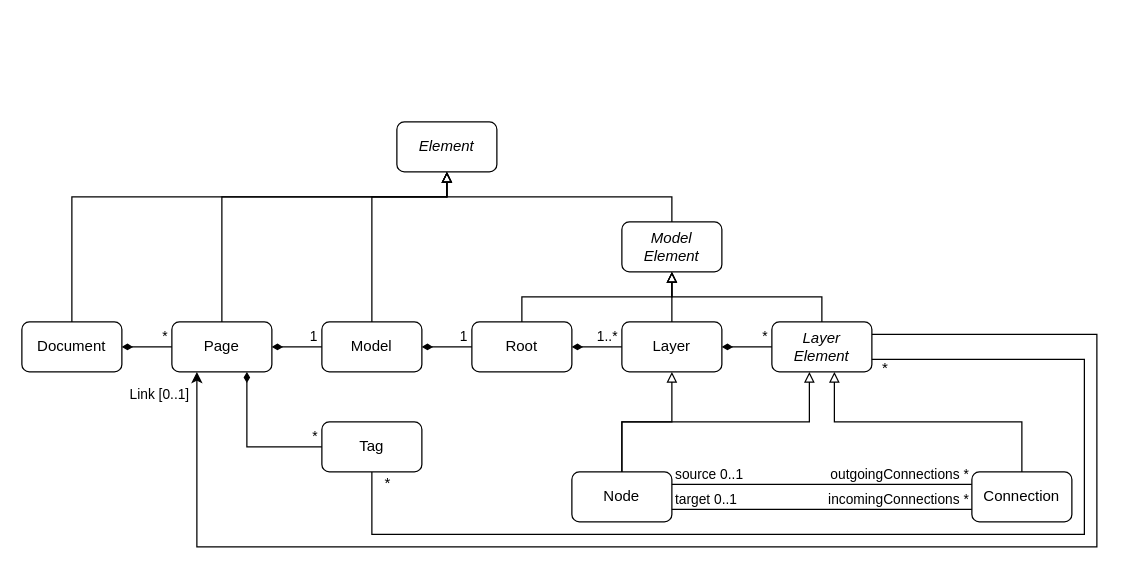
This is model/core/drawio/classes.drawio from Nasdanika/nasdanika.github.io, a draw.io file, before an edit. Source tidied: cells renumbered, new cells numbered last; positions are measured from the earlier drawing's top-left corner, leaving out a move shared by most shapes. Both pictures are drawn from the tidied source at 125%, with x=0, y=0 at pixel (21, 121).
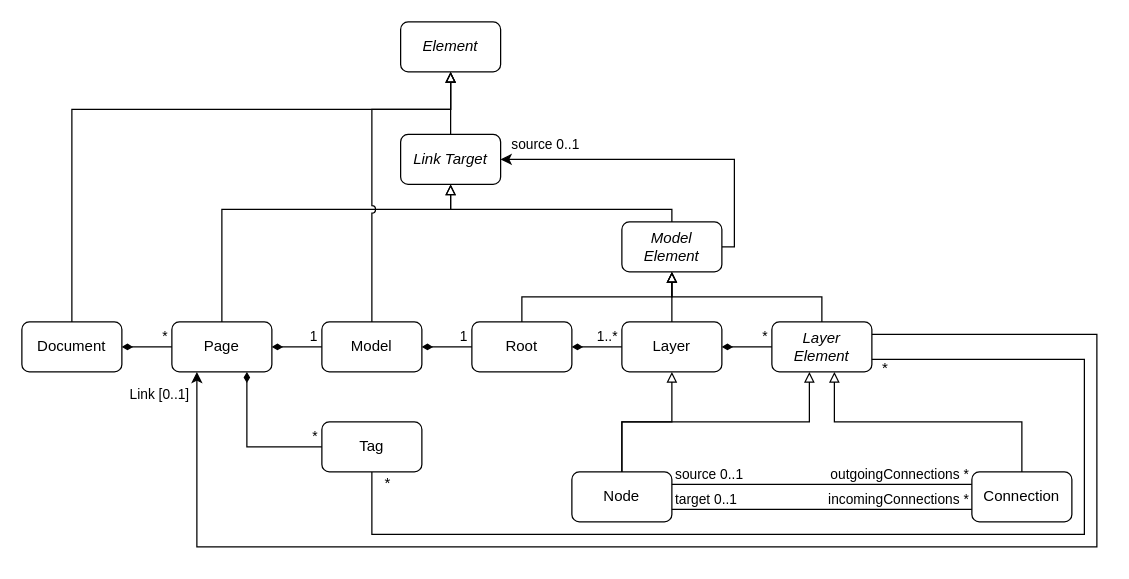
The same diagram, later.

The change refers to these unchanged cells:
```xml
<mxCell id="2" value="Document" style="rounded=1;whiteSpace=wrap;html=1;" parent="1" vertex="1">
  <mxGeometry y="160" width="80" height="40" as="geometry" />
</mxCell>
<mxCell id="3" value="Page" style="rounded=1;whiteSpace=wrap;html=1;" parent="1" vertex="1">
  <mxGeometry x="120" y="160" width="80" height="40" as="geometry" />
</mxCell>
<mxCell id="4" value="Model" style="rounded=1;whiteSpace=wrap;html=1;" parent="1" vertex="1">
  <mxGeometry x="240" y="160" width="80" height="40" as="geometry" />
</mxCell>
<mxCell id="10" value="Model&lt;br&gt;Element" style="rounded=1;whiteSpace=wrap;html=1;fontStyle=2;" parent="1" vertex="1">
  <mxGeometry x="480" y="80" width="80" height="40" as="geometry" />
</mxCell>
```

What changed in the source:
```diff
@@
     <mxCell id="9" value="Element" style="rounded=1;whiteSpace=wrap;html=1;fontStyle=2;" parent="1" vertex="1">
-      <mxGeometry x="300" width="80" height="40" as="geometry" />
+      <mxGeometry x="303" y="-80" width="80" height="40" as="geometry" />
     </mxCell>
+    <mxCell id="45" style="edgeStyle=orthogonalEdgeStyle;rounded=0;jettySize=auto;html=1;" parent="1" edge="1" source="10" target="46">
+      <mxGeometry relative="1" as="geometry">
+        <Array as="points">
+          <mxPoint x="570" y="100" />
+          <mxPoint x="570" y="30" />
+        </Array>
+      </mxGeometry>
+    </mxCell>
@@
-    <mxCell id="35" style="edgeStyle=orthogonalEdgeStyle;rounded=0;jettySize=auto;html=1;startArrow=none;startFill=0;endArrow=block;endFill=0;" parent="1" edge="1" source="2" target="9">
+    <mxCell id="35" style="edgeStyle=orthogonalEdgeStyle;rounded=0;jettySize=auto;html=1;startArrow=none;startFill=0;endArrow=block;endFill=0;entryX=0.5;entryY=1;entryDx=0;entryDy=0;" parent="1" edge="1" source="2" target="9">
       <mxGeometry relative="1" as="geometry">
         <Array as="points">
-          <mxPoint x="40" y="60" />
-          <mxPoint x="340" y="60" />
+          <mxPoint x="40" y="-10" />
+          <mxPoint x="343" y="-10" />
         </Array>
       </mxGeometry>
     </mxCell>
-    <mxCell id="36" style="edgeStyle=orthogonalEdgeStyle;rounded=0;jettySize=auto;html=1;startArrow=none;startFill=0;endArrow=block;endFill=0;" parent="1" edge="1" source="3" target="9">
+    <mxCell id="36" style="edgeStyle=orthogonalEdgeStyle;rounded=0;jettySize=auto;html=1;startArrow=none;startFill=0;endArrow=block;endFill=0;" parent="1" edge="1" source="3" target="46">
       <mxGeometry relative="1" as="geometry">
         <Array as="points">
-          <mxPoint x="160" y="60" />
-          <mxPoint x="340" y="60" />
+          <mxPoint x="160" y="70" />
+          <mxPoint x="343" y="70" />
         </Array>
       </mxGeometry>
     </mxCell>
-    <mxCell id="37" style="edgeStyle=orthogonalEdgeStyle;rounded=0;jettySize=auto;html=1;startArrow=none;startFill=0;endArrow=block;endFill=0;" parent="1" edge="1" source="4" target="9">
+    <mxCell id="37" style="edgeStyle=orthogonalEdgeStyle;rounded=0;jettySize=auto;html=1;startArrow=none;startFill=0;endArrow=block;endFill=0;entryX=0.5;entryY=1;entryDx=0;entryDy=0;jumpStyle=arc;" parent="1" edge="1" source="4" target="9">
       <mxGeometry relative="1" as="geometry">
         <Array as="points">
-          <mxPoint x="280" y="60" />
-          <mxPoint x="340" y="60" />
+          <mxPoint x="280" y="-10" />
+          <mxPoint x="343" y="-10" />
         </Array>
       </mxGeometry>
     </mxCell>
-    <mxCell id="38" style="edgeStyle=orthogonalEdgeStyle;rounded=0;jettySize=auto;html=1;startArrow=none;startFill=0;endArrow=block;endFill=0;" parent="1" edge="1" source="10" target="9">
+    <mxCell id="38" style="edgeStyle=orthogonalEdgeStyle;rounded=0;jettySize=auto;html=1;startArrow=none;startFill=0;endArrow=block;endFill=0;" parent="1" edge="1" source="10" target="46">
       <mxGeometry relative="1" as="geometry">
         <Array as="points">
-          <mxPoint x="520" y="60" />
-          <mxPoint x="340" y="60" />
+          <mxPoint x="520" y="70" />
+          <mxPoint x="343" y="70" />
         </Array>
       </mxGeometry>
     </mxCell>
@@
+    <mxCell id="46" value="Link Target" style="rounded=1;whiteSpace=wrap;html=1;fontStyle=2;" parent="1" vertex="1">
+      <mxGeometry x="303" y="10" width="80" height="40" as="geometry" />
+    </mxCell>
+    <mxCell id="47" style="edgeStyle=orthogonalEdgeStyle;rounded=0;jettySize=auto;html=1;startArrow=none;startFill=0;endArrow=block;endFill=0;" parent="1" edge="1" source="46" target="9">
+      <mxGeometry relative="1" as="geometry" />
+    </mxCell>
+    <mxCell id="48" value="source 0..1" style="edgeLabel;html=1;align=left;verticalAlign=bottom;" parent="1" vertex="1">
+      <mxGeometry x="390" y="26" as="geometry" />
+    </mxCell>
```
